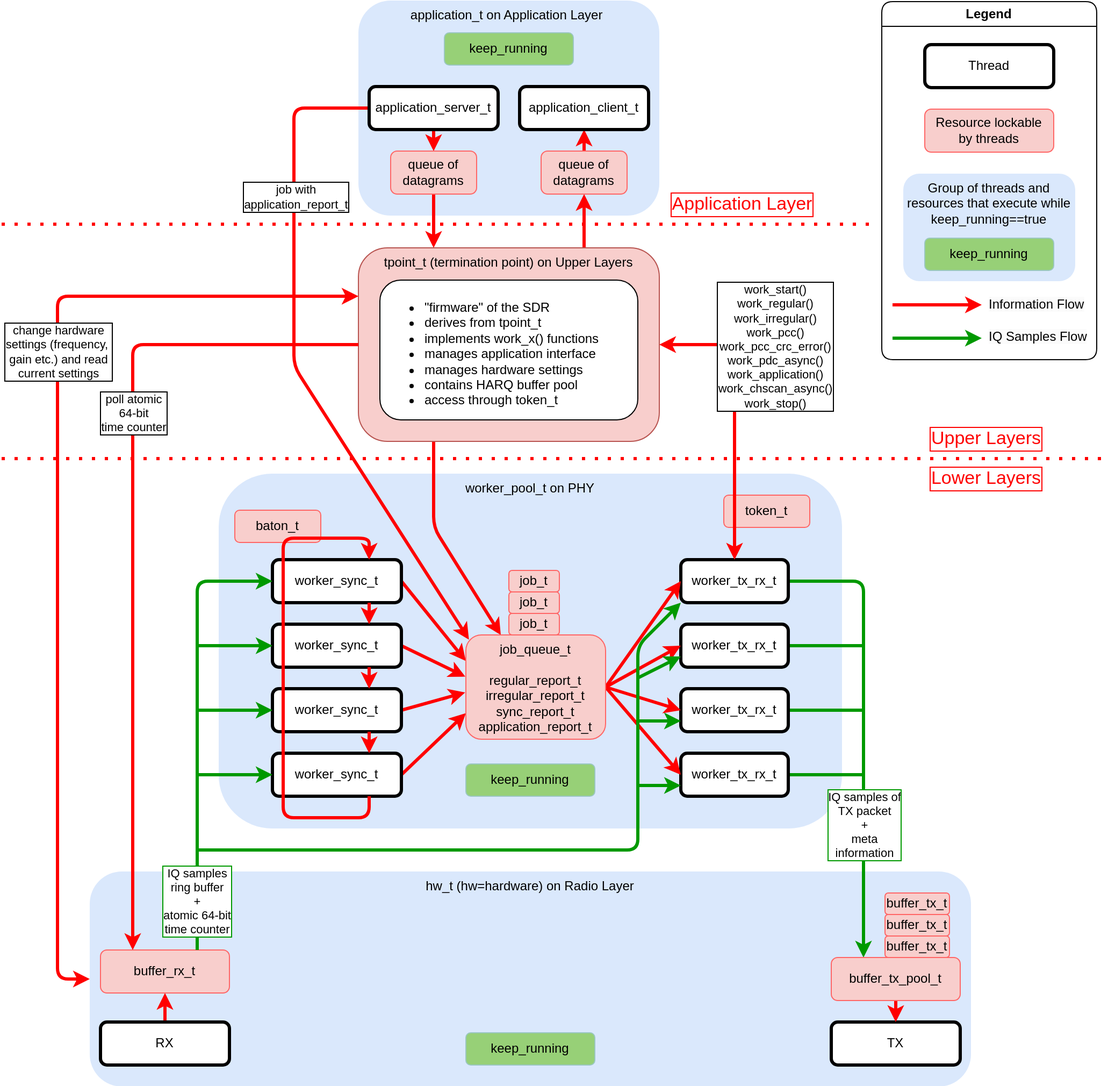
The draw.io diagram docs/sdr_architecture.drawio.png in maxpenner/DECT-NR-Plus-SDR, before a commit. Source tidied: cells renumbered, new cells last; positions are measured from the earlier drawing's top-left corner, leaving out a move shared by most shapes.
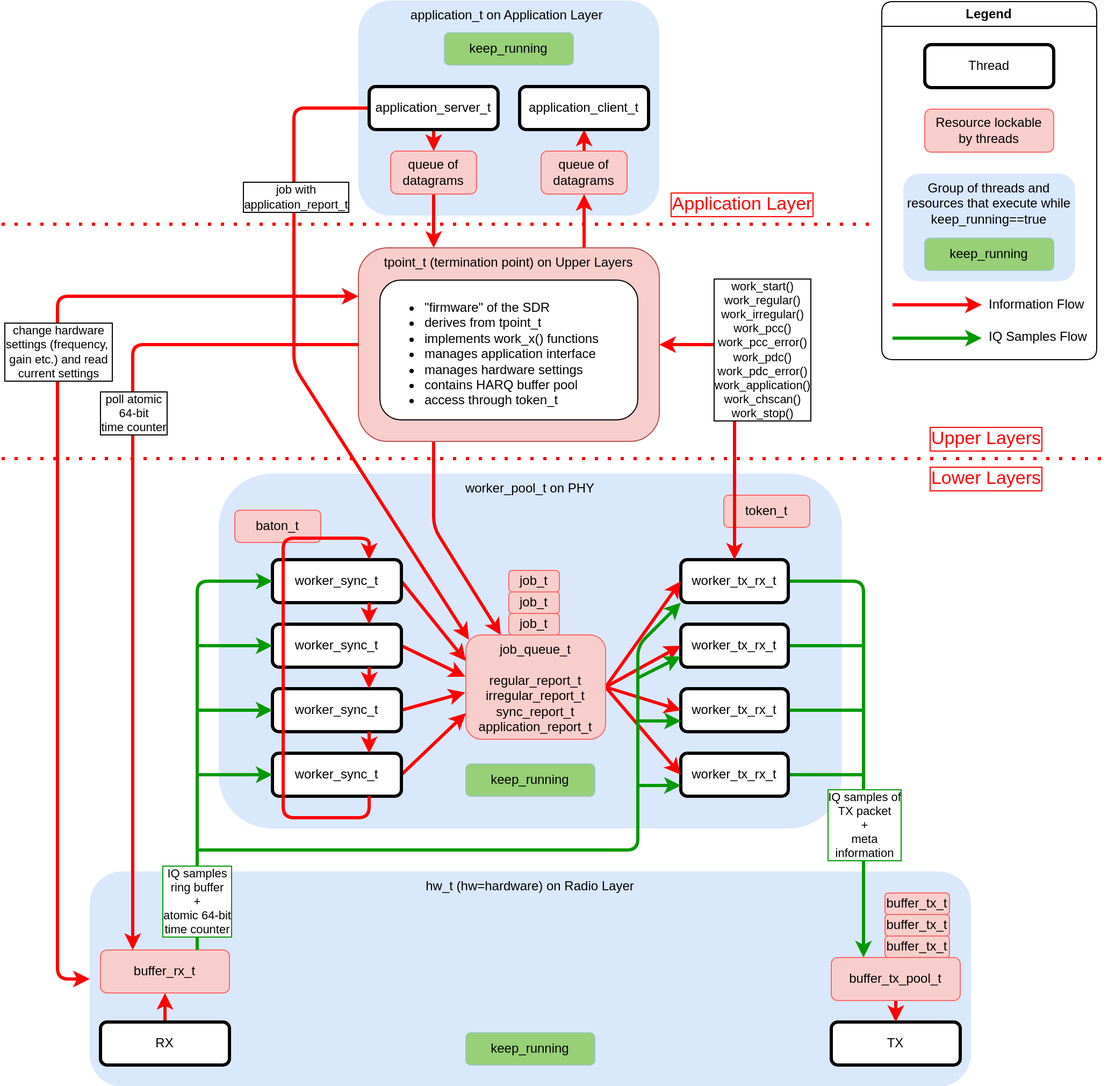
Above is the later version.

What changed in the source:
```diff
@@ -210,9 +210,9 @@
         </Array>
       </mxGeometry>
     </mxCell>
-    <mxCell id="58" value="&amp;nbsp; work_start()&amp;nbsp;&amp;nbsp;&lt;br style=&quot;border-color: var(--border-color);&quot;&gt;work_regular()&lt;div&gt;work_irregular()&lt;br style=&quot;border-color: var(--border-color);&quot;&gt;work_pcc()&lt;div&gt;work_pcc_crc_error()&lt;br&gt;work_pdc_async()&lt;br style=&quot;border-color: var(--border-color);&quot;&gt;work_application()&lt;br style=&quot;border-color: var(--border-color);&quot;&gt;work_chscan_async()&lt;/div&gt;&lt;/div&gt;&lt;div&gt;work_stop()&lt;/div&gt;" style="edgeLabel;html=1;align=center;verticalAlign=middle;labelBorderColor=default;rounded=1;spacingTop=0;" parent="57" vertex="1">
+    <mxCell id="58" value="&amp;nbsp; work_start()&amp;nbsp;&amp;nbsp;&lt;br style=&quot;border-color: var(--border-color);&quot;&gt;work_regular()&lt;div&gt;work_irregular()&lt;br style=&quot;border-color: var(--border-color);&quot;&gt;work_pcc()&lt;div&gt;work_pcc_error()&lt;br&gt;work_pdc()&lt;/div&gt;&lt;div&gt;work_pdc_error()&lt;br style=&quot;border-color: var(--border-color);&quot;&gt;work_application()&lt;br style=&quot;border-color: var(--border-color);&quot;&gt;work_chscan()&lt;/div&gt;&lt;/div&gt;&lt;div&gt;work_stop()&lt;/div&gt;" style="edgeLabel;html=1;align=center;verticalAlign=middle;labelBorderColor=default;rounded=1;spacingTop=0;" parent="57" vertex="1">
       <mxGeometry x="0.21" relative="1" as="geometry">
-        <mxPoint x="37" y="-36" as="offset" />
+        <mxPoint x="25" y="-33" as="offset" />
       </mxGeometry>
     </mxCell>
     <mxCell id="59" value="queue of datagrams" style="rounded=1;whiteSpace=wrap;html=1;fillColor=#f8cecc;strokeColor=#FF6666;strokeWidth=1;" parent="1" vertex="1">
```
